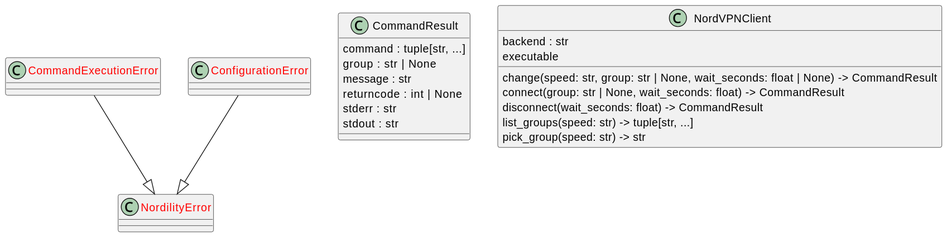
Earlier version of the PlantUML export docs/diagrams/python-classes.puml.svg (casonk/nordility).
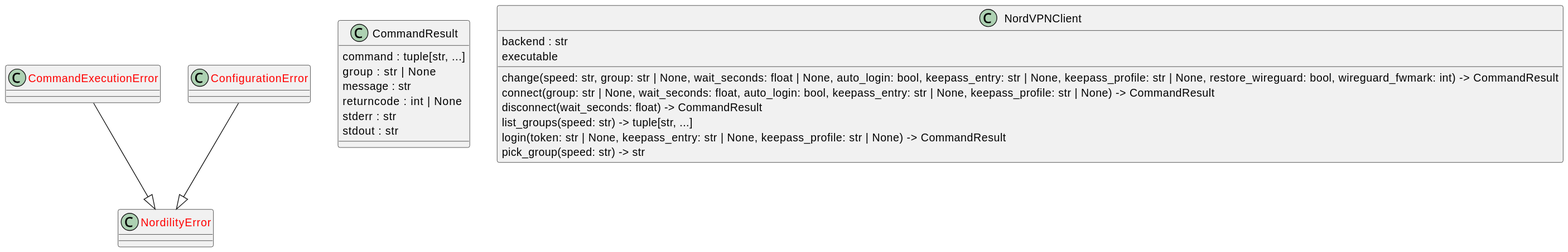
Later version of the same file.

Change to the diagram source:
```diff
@@ -1,8 +1,8 @@
 @startuml
 set namespaceSeparator none
-class "<color:red>CommandExecutionError</color>" as nordility.client.CommandExecutionError {
+class "<color:red>CommandExecutionError</color>" as src.nordility.client.CommandExecutionError {
 }
-class "CommandResult" as nordility.client.CommandResult {
+class "CommandResult" as src.nordility.client.CommandResult {
   command : tuple[str, ...]
   group : str | None
   message : str
@@ -10,19 +10,20 @@
   stderr : str
   stdout : str
 }
-class "<color:red>ConfigurationError</color>" as nordility.client.ConfigurationError {
+class "<color:red>ConfigurationError</color>" as src.nordility.client.ConfigurationError {
 }
-class "NordVPNClient" as nordility.client.NordVPNClient {
+class "NordVPNClient" as src.nordility.client.NordVPNClient {
   backend : str
   executable
-  change(speed: str, group: str | None, wait_seconds: float | None) -> CommandResult
-  connect(group: str | None, wait_seconds: float) -> CommandResult
+  change(speed: str, group: str | None, wait_seconds: float | None, auto_login: bool, keepass_entry: str | None, keepass_profile: str | None, restore_wireguard: bool, wireguard_fwmark: int) -> CommandResult
+  connect(group: str | None, wait_seconds: float, auto_login: bool, keepass_entry: str | None, keepass_profile: str | None) -> CommandResult
   disconnect(wait_seconds: float) -> CommandResult
   list_groups(speed: str) -> tuple[str, ...]
+  login(token: str | None, keepass_entry: str | None, keepass_profile: str | None) -> CommandResult
   pick_group(speed: str) -> str
 }
-class "<color:red>NordilityError</color>" as nordility.client.NordilityError {
+class "<color:red>NordilityError</color>" as src.nordility.client.NordilityError {
 }
-nordility.client.CommandExecutionError --|> nordility.client.NordilityError
-nordility.client.ConfigurationError --|> nordility.client.NordilityError
+src.nordility.client.CommandExecutionError --|> src.nordility.client.NordilityError
+src.nordility.client.ConfigurationError --|> src.nordility.client.NordilityError
 @enduml
```
